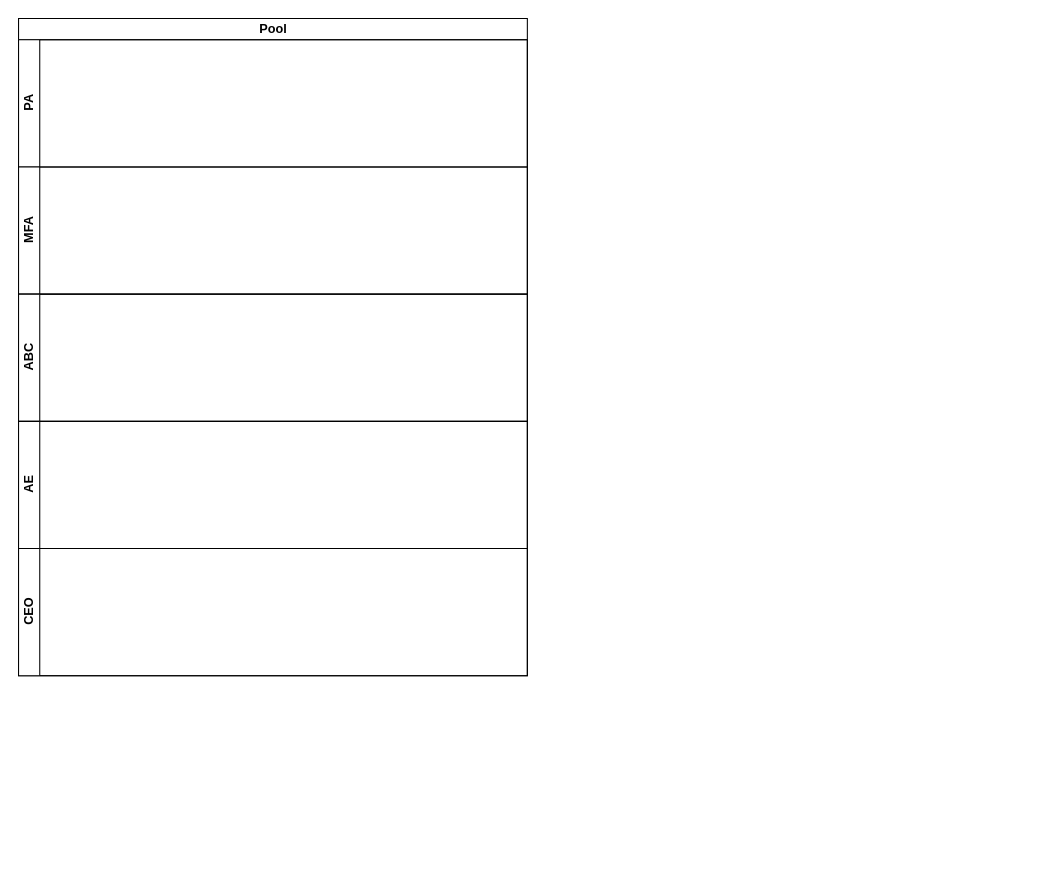
The draw.io diagram LC-FIN-Processing of Payment of Supplies.drawio.drawio in kmagua/flowcharts, before the edit. Source tidied: cells renumbered, new cells numbered last; positions are measured from the earlier drawing's top-left corner, leaving out a move shared by most shapes. Both pictures are drawn from the tidied source at 106%, with x=0, y=0 at pixel (18, 18).
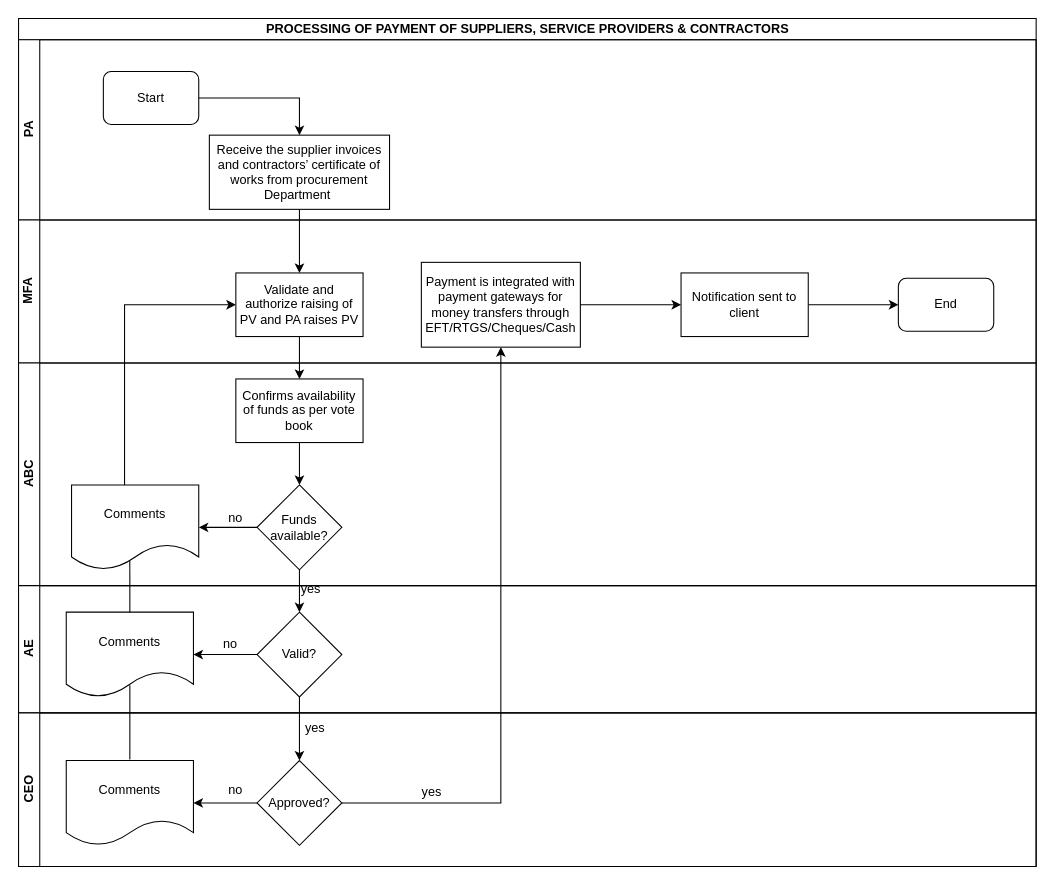
The same diagram, later.

What changed in the source:
```diff
@@
-    <mxCell id="2" value="Pool" style="swimlane;html=1;horizontal=1;startSize=20;" parent="1" vertex="1">
-      <mxGeometry width="480" height="620" as="geometry" />
+    <mxCell id="2" value="PROCESSING OF PAYMENT OF SUPPLIERS, SERVICE PROVIDERS &amp;amp; CONTRACTORS" style="swimlane;html=1;horizontal=1;startSize=20;" parent="1" vertex="1">
+      <mxGeometry width="960" height="800" as="geometry" />
     </mxCell>
     <mxCell id="3" value="PA" style="swimlane;html=1;startSize=20;horizontal=0;" parent="2" vertex="1">
-      <mxGeometry y="20" width="480" height="120" as="geometry" />
+      <mxGeometry y="20" width="960" height="170" as="geometry" />
     </mxCell>
+    <mxCell id="8" value="Start" style="rounded=1;whiteSpace=wrap;html=1;" parent="3" vertex="1">
+      <mxGeometry x="80" y="30" width="90" height="50" as="geometry" />
+    </mxCell>
+    <mxCell id="9" value="Receive the supplier invoices and contractors’ certificate of works from procurement Department&amp;nbsp; " style="rounded=0;whiteSpace=wrap;html=1;" parent="3" vertex="1">
+      <mxGeometry x="180" y="90" width="170" height="70" as="geometry" />
+    </mxCell>
+    <mxCell id="10" style="edgeStyle=orthogonalEdgeStyle;rounded=0;jettySize=auto;html=1;" parent="3" edge="1" source="8" target="9">
+      <mxGeometry relative="1" as="geometry" />
+    </mxCell>
     <mxCell id="4" value="MFA" style="swimlane;html=1;startSize=20;horizontal=0;" parent="2" vertex="1">
-      <mxGeometry y="140" width="480" height="120" as="geometry" />
+      <mxGeometry y="190" width="960" height="135" as="geometry" />
     </mxCell>
+    <mxCell id="11" value="Validate and authorize raising of PV and PA raises PV" style="whiteSpace=wrap;html=1;rounded=0;" parent="4" vertex="1">
+      <mxGeometry x="205" y="50" width="120" height="60" as="geometry" />
+    </mxCell>
+    <mxCell id="12" value="Payment is integrated with payment gateways for money transfers through EFT/RTGS/Cheques/Cash" style="whiteSpace=wrap;html=1;rounded=0;" parent="4" vertex="1">
+      <mxGeometry x="380" y="40" width="150" height="80" as="geometry" />
+    </mxCell>
+    <mxCell id="13" value="End" style="rounded=1;whiteSpace=wrap;html=1;" parent="4" vertex="1">
+      <mxGeometry x="830" y="55" width="90" height="50" as="geometry" />
+    </mxCell>
     <mxCell id="5" value="ABC" style="swimlane;html=1;startSize=20;horizontal=0;" parent="2" vertex="1">
-      <mxGeometry y="260" width="480" height="120" as="geometry" />
+      <mxGeometry y="325" width="960" height="210" as="geometry" />
     </mxCell>
+    <mxCell id="14" value="Confirms availability of funds as per vote book" style="whiteSpace=wrap;html=1;rounded=0;" parent="5" vertex="1">
+      <mxGeometry x="205" y="15" width="120" height="60" as="geometry" />
+    </mxCell>
+    <mxCell id="15" value="Funds available?" style="rhombus;whiteSpace=wrap;html=1;rounded=0;" parent="5" vertex="1">
+      <mxGeometry x="225" y="115" width="80" height="80" as="geometry" />
+    </mxCell>
+    <mxCell id="16" style="edgeStyle=orthogonalEdgeStyle;rounded=0;jettySize=auto;html=1;" parent="5" edge="1" source="14" target="15">
+      <mxGeometry relative="1" as="geometry" />
+    </mxCell>
+    <mxCell id="17" value="Comments" style="shape=document;whiteSpace=wrap;html=1;boundedLbl=1;rounded=0;" parent="5" vertex="1">
+      <mxGeometry x="50" y="115" width="120" height="80" as="geometry" />
+    </mxCell>
+    <mxCell id="18" style="edgeStyle=orthogonalEdgeStyle;rounded=0;jettySize=auto;html=1;entryX=1;entryY=0.5;entryDx=0;entryDy=0;" parent="5" edge="1" source="15" target="17">
+      <mxGeometry relative="1" as="geometry" />
+    </mxCell>
+    <mxCell id="19" value="no" style="text;html=1;strokeColor=none;fillColor=none;align=center;verticalAlign=middle;whiteSpace=wrap;rounded=0;" parent="5" vertex="1">
+      <mxGeometry x="185" y="136" width="40" height="20" as="geometry" />
+    </mxCell>
     <mxCell id="6" value="AE" style="swimlane;html=1;startSize=20;horizontal=0;" parent="2" vertex="1">
-      <mxGeometry y="380" width="480" height="120" as="geometry" />
+      <mxGeometry y="535" width="960" height="120" as="geometry" />
     </mxCell>
+    <mxCell id="20" value="yes" style="text;html=1;strokeColor=none;fillColor=none;align=center;verticalAlign=middle;whiteSpace=wrap;rounded=0;" parent="6" vertex="1">
+      <mxGeometry x="256" y="-7" width="40" height="20" as="geometry" />
+    </mxCell>
+    <mxCell id="21" value="Valid?" style="rhombus;whiteSpace=wrap;html=1;rounded=0;" parent="6" vertex="1">
+      <mxGeometry x="225" y="25" width="80" height="80" as="geometry" />
+    </mxCell>
     <mxCell id="7" value="CEO" style="swimlane;html=1;startSize=20;horizontal=0;" parent="2" vertex="1">
-      <mxGeometry y="500" width="480" height="120" as="geometry" />
+      <mxGeometry y="655" width="960" height="145" as="geometry" />
     </mxCell>
+    <mxCell id="22" value="Approved?" style="rhombus;whiteSpace=wrap;html=1;rounded=0;" parent="7" vertex="1">
+      <mxGeometry x="225" y="45" width="80" height="80" as="geometry" />
+    </mxCell>
+    <mxCell id="23" value="no" style="text;html=1;strokeColor=none;fillColor=none;align=center;verticalAlign=middle;whiteSpace=wrap;rounded=0;" parent="7" vertex="1">
+      <mxGeometry x="185" y="62.5" width="40" height="20" as="geometry" />
+    </mxCell>
+    <mxCell id="24" value="yes" style="text;html=1;strokeColor=none;fillColor=none;align=center;verticalAlign=middle;whiteSpace=wrap;rounded=0;" parent="7" vertex="1">
+      <mxGeometry x="260" y="5" width="40" height="20" as="geometry" />
+    </mxCell>
+    <mxCell id="25" style="edgeStyle=orthogonalEdgeStyle;rounded=0;jettySize=auto;html=1;" parent="2" edge="1" source="9" target="11">
+      <mxGeometry relative="1" as="geometry" />
+    </mxCell>
+    <mxCell id="26" style="edgeStyle=orthogonalEdgeStyle;rounded=0;jettySize=auto;html=1;" parent="2" edge="1" source="11" target="14">
+      <mxGeometry relative="1" as="geometry" />
+    </mxCell>
+    <mxCell id="27" style="edgeStyle=orthogonalEdgeStyle;rounded=0;jettySize=auto;html=1;entryX=0.5;entryY=0;entryDx=0;entryDy=0;" parent="2" edge="1" source="15" target="21">
+      <mxGeometry relative="1" as="geometry" />
+    </mxCell>
+    <mxCell id="28" style="edgeStyle=orthogonalEdgeStyle;rounded=0;jettySize=auto;html=1;entryX=0;entryY=0.5;entryDx=0;entryDy=0;" parent="2" edge="1" source="17" target="11">
+      <mxGeometry relative="1" as="geometry">
+        <Array as="points">
+          <mxPoint x="100" y="270" />
+        </Array>
+      </mxGeometry>
+    </mxCell>
+    <mxCell id="29" style="edgeStyle=orthogonalEdgeStyle;rounded=0;jettySize=auto;html=1;" parent="2" edge="1" source="21" target="22">
+      <mxGeometry relative="1" as="geometry" />
+    </mxCell>
+    <mxCell id="30" style="edgeStyle=orthogonalEdgeStyle;rounded=0;jettySize=auto;html=1;" parent="2" edge="1" source="22" target="12">
+      <mxGeometry relative="1" as="geometry" />
+    </mxCell>
+    <mxCell id="31" value="Comments" style="shape=document;whiteSpace=wrap;html=1;boundedLbl=1;rounded=0;" parent="1" vertex="1">
+      <mxGeometry x="45" y="560" width="120" height="80" as="geometry" />
+    </mxCell>
+    <mxCell id="32" style="edgeStyle=orthogonalEdgeStyle;rounded=0;jettySize=auto;html=1;" parent="1" edge="1" source="21" target="31">
+      <mxGeometry relative="1" as="geometry" />
+    </mxCell>
+    <mxCell id="33" style="endArrow=none;html=1;exitX=0.5;exitY=0;exitDx=0;exitDy=0;entryX=0.458;entryY=0.888;entryDx=0;entryDy=0;entryPerimeter=0;" parent="1" edge="1" source="31" target="17">
+      <mxGeometry relative="1" as="geometry" />
+    </mxCell>
+    <mxCell id="34" value="no" style="text;html=1;strokeColor=none;fillColor=none;align=center;verticalAlign=middle;whiteSpace=wrap;rounded=0;" parent="1" vertex="1">
+      <mxGeometry x="180" y="580" width="40" height="20" as="geometry" />
+    </mxCell>
+    <mxCell id="35" value="Comments" style="shape=document;whiteSpace=wrap;html=1;boundedLbl=1;rounded=0;" parent="1" vertex="1">
+      <mxGeometry x="45" y="700" width="120" height="80" as="geometry" />
+    </mxCell>
+    <mxCell id="36" style="edgeStyle=orthogonalEdgeStyle;rounded=0;jettySize=auto;html=1;" parent="1" edge="1" source="22" target="35">
+      <mxGeometry relative="1" as="geometry" />
+    </mxCell>
+    <mxCell id="37" style="endArrow=none;html=1;exitX=0.5;exitY=0;exitDx=0;exitDy=0;" parent="1" edge="1">
+      <mxGeometry relative="1" as="geometry">
+        <mxPoint x="105" y="699" as="sourcePoint" />
+        <mxPoint x="105" y="629" as="targetPoint" />
+      </mxGeometry>
+    </mxCell>
+    <mxCell id="38" value="yes" style="text;html=1;strokeColor=none;fillColor=none;align=center;verticalAlign=middle;whiteSpace=wrap;rounded=0;" parent="1" vertex="1">
+      <mxGeometry x="370" y="720" width="40" height="20" as="geometry" />
+    </mxCell>
+    <mxCell id="39" style="edgeStyle=orthogonalEdgeStyle;rounded=0;jettySize=auto;html=1;entryX=0;entryY=0.5;entryDx=0;entryDy=0;" parent="1" edge="1" source="40" target="13">
+      <mxGeometry relative="1" as="geometry" />
+    </mxCell>
+    <mxCell id="40" value="Notification sent to client" style="whiteSpace=wrap;html=1;rounded=0;" parent="1" vertex="1">
+      <mxGeometry x="625" y="240" width="120" height="60" as="geometry" />
+    </mxCell>
+    <mxCell id="41" style="edgeStyle=orthogonalEdgeStyle;rounded=0;jettySize=auto;html=1;" parent="1" edge="1" source="12" target="40">
+      <mxGeometry relative="1" as="geometry" />
+    </mxCell>
```
